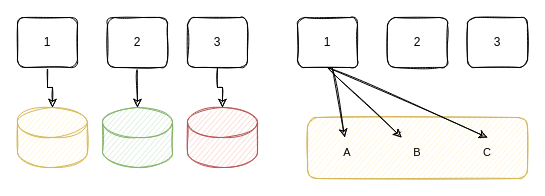
lihuahua123/studyFiles keeps this draw.io diagram as 未命名绘图1.drawio. Above is the earlier version. Source tidied: cells renumbered, new cells numbered last; positions are measured from the earlier drawing's top-left corner, leaving out a move shared by most shapes. Both pictures are drawn from the tidied source at 100%, with x=0, y=0 at pixel (17, 17).
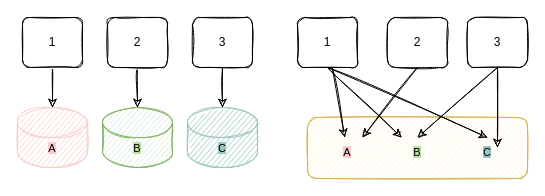
The same page after the edit.

Commit message (it also covers changes not shown here):
更新未命名绘图1.drawio

Unchanged cells that the change refers to:
```xml
<mxCell id="12" value="2" style="rounded=1;whiteSpace=wrap;html=1;sketch=1;" parent="1" vertex="1">
  <mxGeometry x="370" width="60" height="50" as="geometry" />
</mxCell>
<mxCell id="13" value="3" style="rounded=1;whiteSpace=wrap;html=1;sketch=1;" parent="1" vertex="1">
  <mxGeometry x="450" width="60" height="50" as="geometry" />
</mxCell>
```

Diff of the diagram source:
```diff
@@
-    <mxCell id="2" style="shape=cylinder3;whiteSpace=wrap;html=1;boundedLbl=1;backgroundOutline=1;size=15;sketch=1;fillColor=#fff2cc;strokeColor=#d6b656;" parent="1" vertex="1">
+    <mxCell id="2" style="shape=cylinder3;whiteSpace=wrap;html=1;boundedLbl=1;backgroundOutline=1;size=15;sketch=1;fillColor=#F8CECC;strokeColor=#F8CECC;" parent="1" vertex="1">
       <mxGeometry y="90" width="70" height="60" as="geometry" />
     </mxCell>
@@
     <mxCell id="4" value="1" style="rounded=1;whiteSpace=wrap;html=1;sketch=1;" parent="1" vertex="1">
-      <mxGeometry width="60" height="50" as="geometry" />
+      <mxGeometry x="5" width="60" height="50" as="geometry" />
     </mxCell>
@@
     <mxCell id="8" value="3" style="rounded=1;whiteSpace=wrap;html=1;sketch=1;" parent="1" vertex="1">
-      <mxGeometry x="170" width="60" height="50" as="geometry" />
+      <mxGeometry x="175" width="60" height="50" as="geometry" />
     </mxCell>
@@
-    <mxCell id="10" style="shape=cylinder3;whiteSpace=wrap;html=1;boundedLbl=1;backgroundOutline=1;size=15;sketch=1;fillColor=#f8cecc;strokeColor=#b85450;" parent="1" vertex="1">
+    <mxCell id="10" style="shape=cylinder3;whiteSpace=wrap;html=1;boundedLbl=1;backgroundOutline=1;size=15;sketch=1;fillColor=#9AC7BF;strokeColor=#9AC7BF;" parent="1" vertex="1">
       <mxGeometry x="170" y="90" width="70" height="60" as="geometry" />
     </mxCell>
@@
-    <mxCell id="15" value="A" style="text;html=1;strokeColor=none;fillColor=none;align=center;verticalAlign=middle;whiteSpace=wrap;rounded=0;sketch=1;fontFamily=Helvetica;fontSize=11;fontColor=default;" parent="1" vertex="1">
+    <mxCell id="15" value="&lt;span style=&quot;background-color: rgb(248, 206, 204);&quot;&gt;A&lt;/span&gt;" style="text;html=1;strokeColor=none;fillColor=none;align=center;verticalAlign=middle;whiteSpace=wrap;rounded=0;sketch=1;fontFamily=Helvetica;fontSize=11;fontColor=default;" parent="1" vertex="1">
       <mxGeometry x="300" y="120" width="60" height="30" as="geometry" />
     </mxCell>
-    <mxCell id="16" value="B" style="text;html=1;strokeColor=none;fillColor=none;align=center;verticalAlign=middle;whiteSpace=wrap;rounded=0;sketch=1;fontFamily=Helvetica;fontSize=11;fontColor=default;" parent="1" vertex="1">
+    <mxCell id="16" value="&lt;span style=&quot;background-color: rgb(185, 224, 165);&quot;&gt;B&lt;/span&gt;" style="text;html=1;strokeColor=none;fillColor=none;align=center;verticalAlign=middle;whiteSpace=wrap;rounded=0;sketch=1;fontFamily=Helvetica;fontSize=11;fontColor=default;" parent="1" vertex="1">
       <mxGeometry x="370" y="120" width="60" height="30" as="geometry" />
     </mxCell>
-    <mxCell id="17" value="C" style="text;html=1;strokeColor=none;fillColor=none;align=center;verticalAlign=middle;whiteSpace=wrap;rounded=0;sketch=1;fontFamily=Helvetica;fontSize=11;fontColor=default;" parent="1" vertex="1">
+    <mxCell id="17" value="&lt;span style=&quot;background-color: rgb(154, 199, 191);&quot;&gt;C&lt;/span&gt;" style="text;html=1;strokeColor=none;fillColor=none;align=center;verticalAlign=middle;whiteSpace=wrap;rounded=0;sketch=1;fontFamily=Helvetica;fontSize=11;fontColor=default;" parent="1" vertex="1">
       <mxGeometry x="440" y="120" width="60" height="30" as="geometry" />
     </mxCell>
@@
+    <mxCell id="21" style="endArrow=classic;html=1;rounded=0;labelBackgroundColor=default;sketch=1;strokeColor=default;fontFamily=Helvetica;fontSize=11;fontColor=default;shape=connector;exitX=0.5;exitY=1;exitDx=0;exitDy=0;entryX=0.5;entryY=0;entryDx=0;entryDy=0;" parent="1" edge="1" source="13">
+      <mxGeometry relative="1" as="geometry">
+        <mxPoint x="480" y="130" as="targetPoint" />
+      </mxGeometry>
+    </mxCell>
+    <mxCell id="22" style="endArrow=classic;html=1;rounded=0;labelBackgroundColor=default;sketch=1;strokeColor=default;fontFamily=Helvetica;fontSize=11;fontColor=default;shape=connector;entryX=0.5;entryY=0;entryDx=0;entryDy=0;exitX=0.5;exitY=1;exitDx=0;exitDy=0;" parent="1" edge="1" source="13" target="16">
+      <mxGeometry relative="1" as="geometry" />
+    </mxCell>
+    <mxCell id="23" style="endArrow=classic;html=1;rounded=0;labelBackgroundColor=default;sketch=1;strokeColor=default;fontFamily=Helvetica;fontSize=11;fontColor=default;shape=connector;entryX=0.75;entryY=0;entryDx=0;entryDy=0;exitX=0.5;exitY=1;exitDx=0;exitDy=0;" parent="1" edge="1" source="12" target="15">
+      <mxGeometry relative="1" as="geometry" />
+    </mxCell>
+    <mxCell id="24" value="&lt;span style=&quot;background-color: rgb(248, 206, 204);&quot;&gt;A&lt;/span&gt;" style="text;html=1;strokeColor=none;fillColor=none;align=center;verticalAlign=middle;whiteSpace=wrap;rounded=0;sketch=1;fontFamily=Helvetica;fontSize=11;fontColor=default;" parent="1" vertex="1">
+      <mxGeometry x="5" y="115.5" width="60" height="30" as="geometry" />
+    </mxCell>
+    <mxCell id="25" value="&lt;span style=&quot;background-color: rgb(185, 224, 165);&quot;&gt;B&lt;/span&gt;" style="text;html=1;strokeColor=none;fillColor=none;align=center;verticalAlign=middle;whiteSpace=wrap;rounded=0;sketch=1;fontFamily=Helvetica;fontSize=11;fontColor=default;" parent="1" vertex="1">
+      <mxGeometry x="90" y="115.5" width="60" height="30" as="geometry" />
+    </mxCell>
+    <mxCell id="26" value="&lt;span style=&quot;background-color: rgb(154, 199, 191);&quot;&gt;C&lt;/span&gt;" style="text;html=1;strokeColor=none;fillColor=none;align=center;verticalAlign=middle;whiteSpace=wrap;rounded=0;sketch=1;fontFamily=Helvetica;fontSize=11;fontColor=default;" parent="1" vertex="1">
+      <mxGeometry x="175" y="115.5" width="60" height="30" as="geometry" />
+    </mxCell>
```
